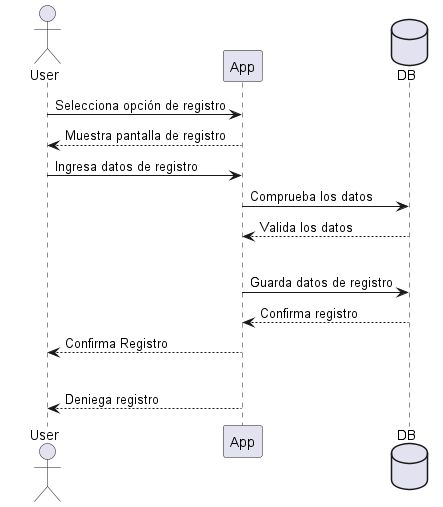
This is images/Registro.png from Arquisoft/wiq_es6b, a PlantUML export, as it was before one commit.
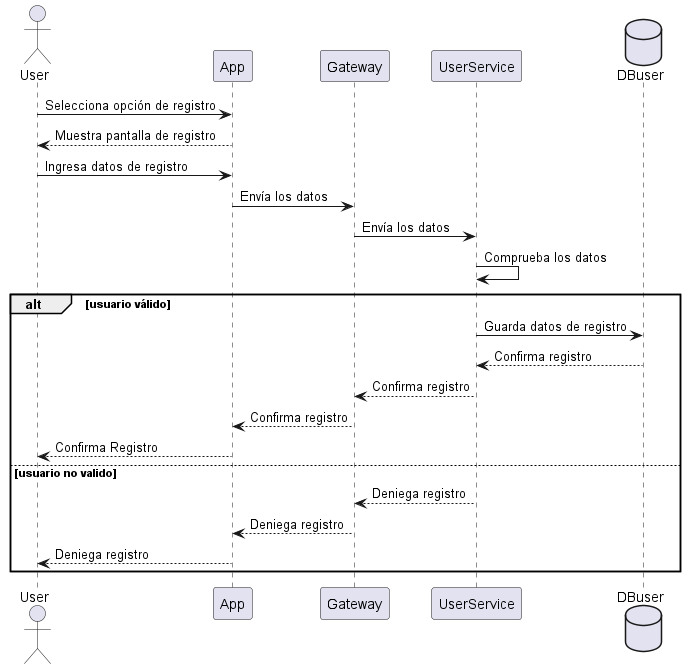
After the commit.

Change to the diagram source:
```diff
@@ -1,17 +1,30 @@
 @startuml
 actor User
 participant App
-database DB
+participant Gateway
+participant UserService
+database DBuser
 
 User -> App: Selecciona opción de registro
 User <-- App: Muestra pantalla de registro
 User -> App: Ingresa datos de registro
-App -> DB: Comprueba los datos
-App <-- DB: Valida los datos
+App -> Gateway: Envía los datos
+Gateway -> UserService: Envía los datos
+UserService -> UserService: Comprueba los datos
+
 alt usuario válido
-    App -> DB: Guarda datos de registro
-    App <-- DB: Confirma registro
+
+    UserService -> DBuser: Guarda datos de registro
+    UserService <-- DBuser: Confirma registro
+    Gateway <-- UserService : Confirma registro
+    App<-- Gateway: Confirma registro
     User <-- App: Confirma Registro
-alt usuario inválido
+
+else usuario no valido
+
+    Gateway <-- UserService: Deniega registro
+    App <-- Gateway: Deniega registro
     User <-- App: Deniega registro
+
+end
 @enduml
```
